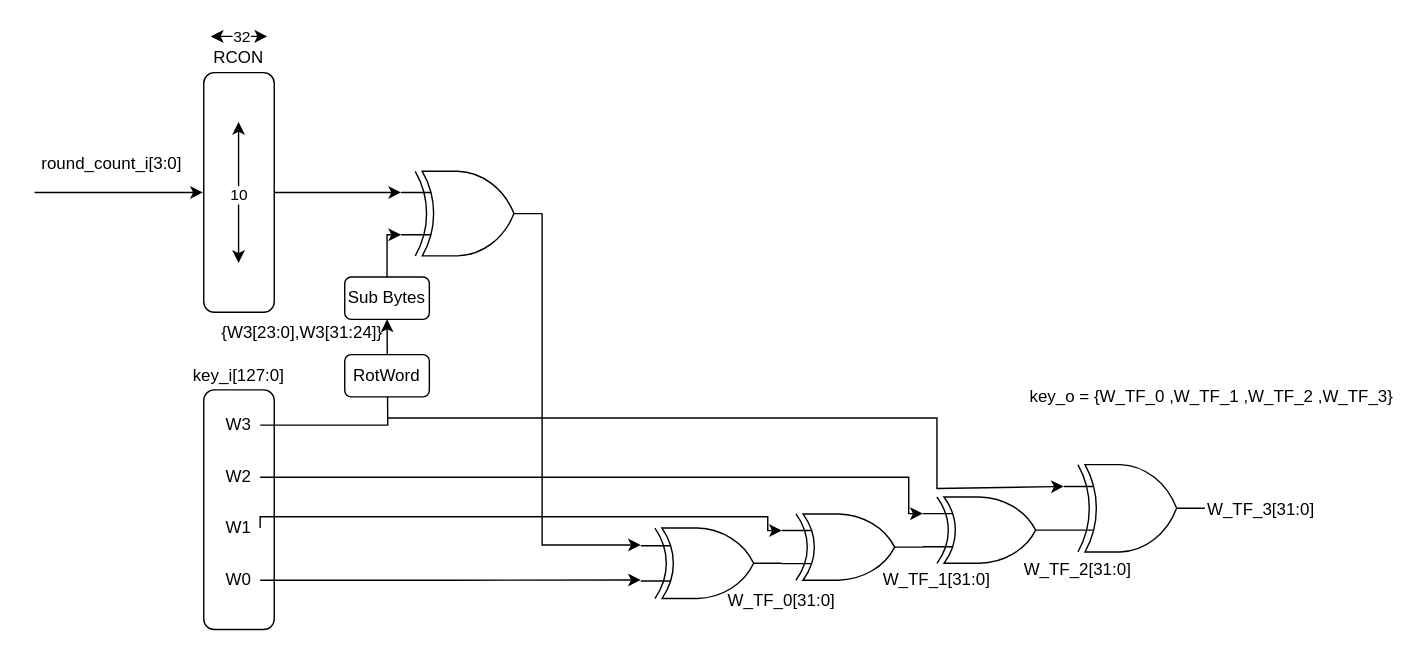
Before: page "Round Keys Gen" (5 of 10) of HEA/screenshots/diagrams_draft.drawio in giladnavok/rveeac, a draw.io diagram. Source tidied: cells renumbered, new cells numbered last; positions are measured from the earlier drawing's top-left corner, leaving out a move shared by most shapes. Both pictures are drawn from the tidied source at 141%, with x=0, y=0 at pixel (34, 35).
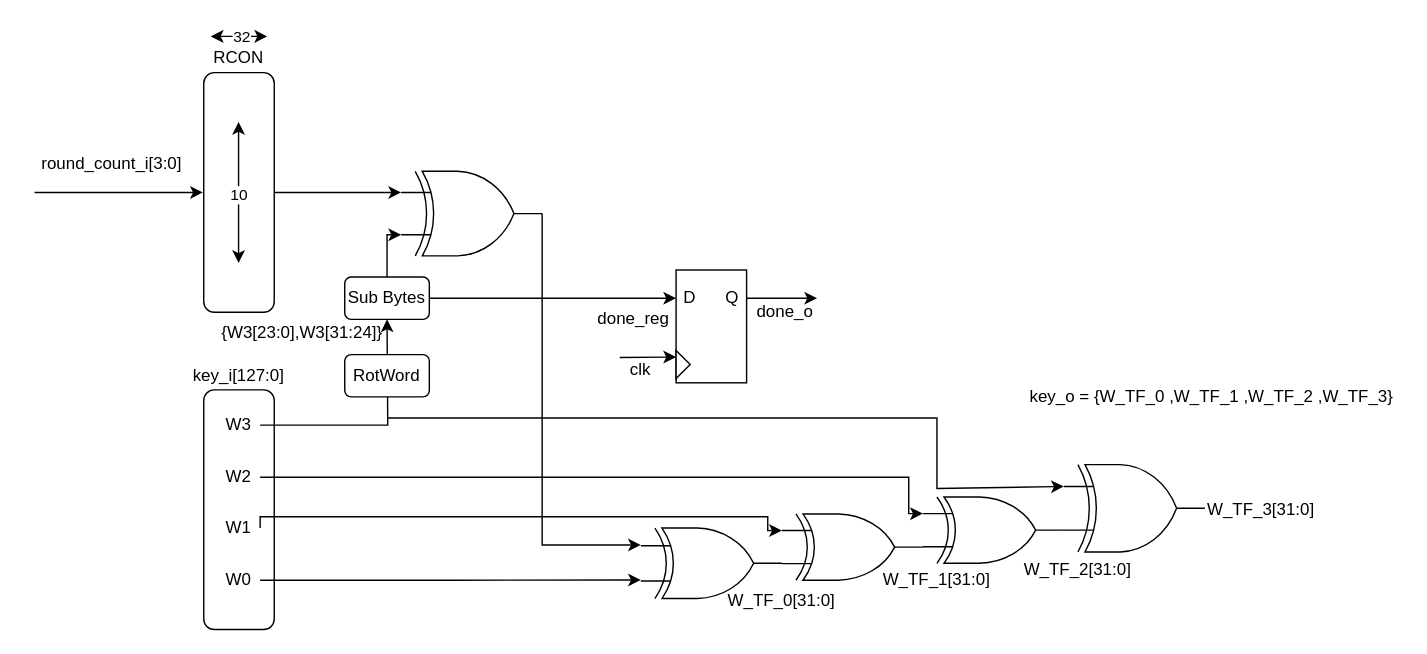
After the change.

The change refers to these unchanged cells:
```xml
<mxCell id="21" value="Sub Bytes" style="rounded=1;whiteSpace=wrap;html=1;" parent="1" vertex="1">
  <mxGeometry x="220" y="171" width="60" height="30" as="geometry" />
</mxCell>
```

The edit, as a diff of the source:
```diff
@@
+    <mxCell id="37" style="edgeStyle=orthogonalEdgeStyle;rounded=0;jettySize=auto;html=1;exitX=1;exitY=0.5;exitDx=0;exitDy=0;entryX=0;entryY=0.5;entryDx=0;entryDy=0;" parent="1" edge="1" source="21" target="40">
+      <mxGeometry relative="1" as="geometry" />
+    </mxCell>
@@
+    <mxCell id="38" style="rounded=0;whiteSpace=wrap;html=1;" parent="1" vertex="1">
+      <mxGeometry x="455" y="166" width="50" height="80" as="geometry" />
+    </mxCell>
+    <mxCell id="39" value="done_reg" style="text;html=1;align=center;verticalAlign=middle;whiteSpace=wrap;rounded=0;" parent="1" vertex="1">
+      <mxGeometry x="405" y="191" width="40" height="20" as="geometry" />
+    </mxCell>
+    <mxCell id="40" value="D" style="text;html=1;align=center;verticalAlign=middle;whiteSpace=wrap;rounded=0;" parent="1" vertex="1">
+      <mxGeometry x="455" y="176" width="20" height="20" as="geometry" />
+    </mxCell>
+    <mxCell id="41" style="edgeStyle=orthogonalEdgeStyle;rounded=0;jettySize=auto;html=1;exitX=1;exitY=0.5;exitDx=0;exitDy=0;" parent="1" edge="1" source="42">
+      <mxGeometry relative="1" as="geometry">
+        <mxPoint x="555" y="186" as="targetPoint" />
+      </mxGeometry>
+    </mxCell>
+    <mxCell id="42" value="Q" style="text;html=1;align=center;verticalAlign=middle;whiteSpace=wrap;rounded=0;" parent="1" vertex="1">
+      <mxGeometry x="485" y="176" width="20" height="20" as="geometry" />
+    </mxCell>
+    <mxCell id="43" value="done_o" style="text;html=1;align=center;verticalAlign=middle;whiteSpace=wrap;rounded=0;" parent="1" vertex="1">
+      <mxGeometry x="505" y="186" width="55" height="20" as="geometry" />
+    </mxCell>
+    <mxCell id="44" style="triangle;whiteSpace=wrap;html=1;" parent="1" vertex="1">
+      <mxGeometry x="455" y="223" width="10" height="20" as="geometry" />
+    </mxCell>
+    <mxCell id="45" style="endArrow=classic;html=1;rounded=0;entryX=-0.2;entryY=0.483;entryDx=0;entryDy=0;entryPerimeter=0;" parent="1" edge="1">
+      <mxGeometry relative="1" as="geometry">
+        <mxPoint x="415" y="228" as="sourcePoint" />
+        <mxPoint x="455" y="227.7" as="targetPoint" />
+      </mxGeometry>
+    </mxCell>
+    <mxCell id="46" value="clk" style="text;html=1;align=center;verticalAlign=middle;whiteSpace=wrap;rounded=0;" parent="1" vertex="1">
+      <mxGeometry x="415" y="228" width="30" height="18" as="geometry" />
+    </mxCell>
```
